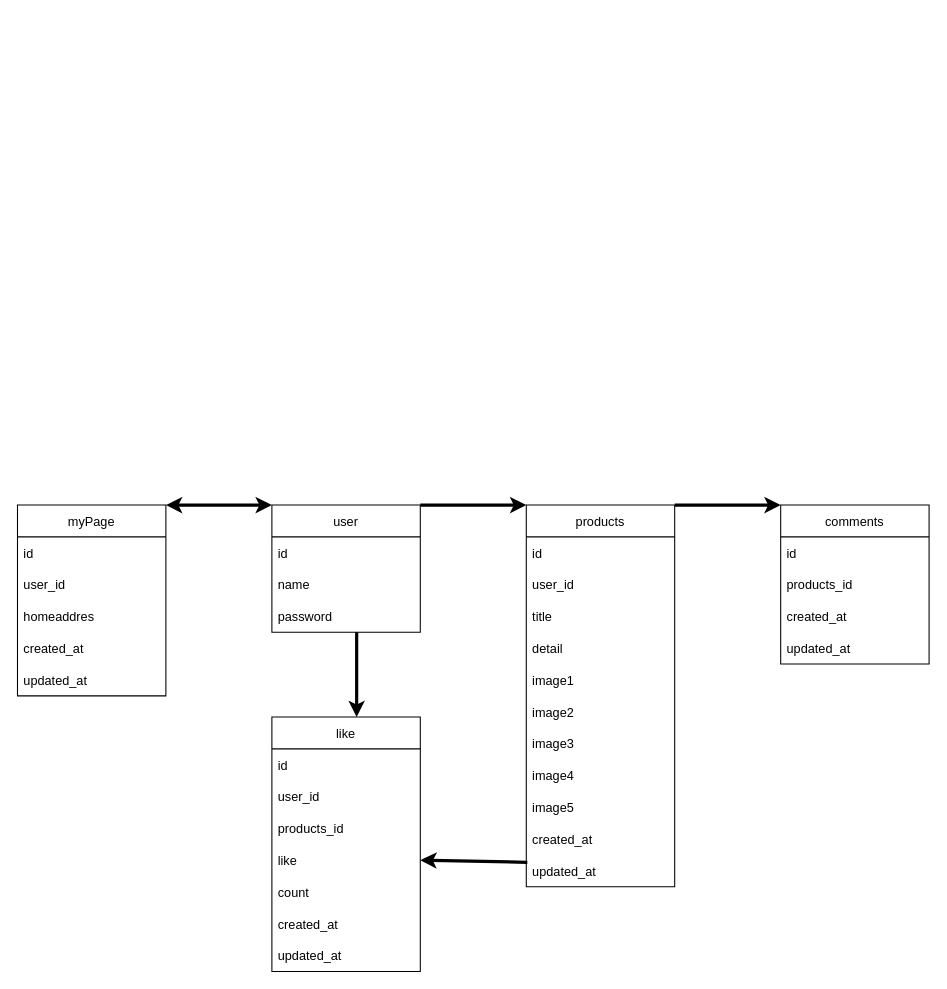
Above: DB_Design.dio in Arare0825/Handmade (draw.io), before the change. Source tidied: cells renumbered, new cells numbered last; positions are measured from the earlier drawing's top-left corner, leaving out a move shared by most shapes. Both pictures are drawn from the tidied source at 106%, with x=0, y=0 at pixel (17, 505).
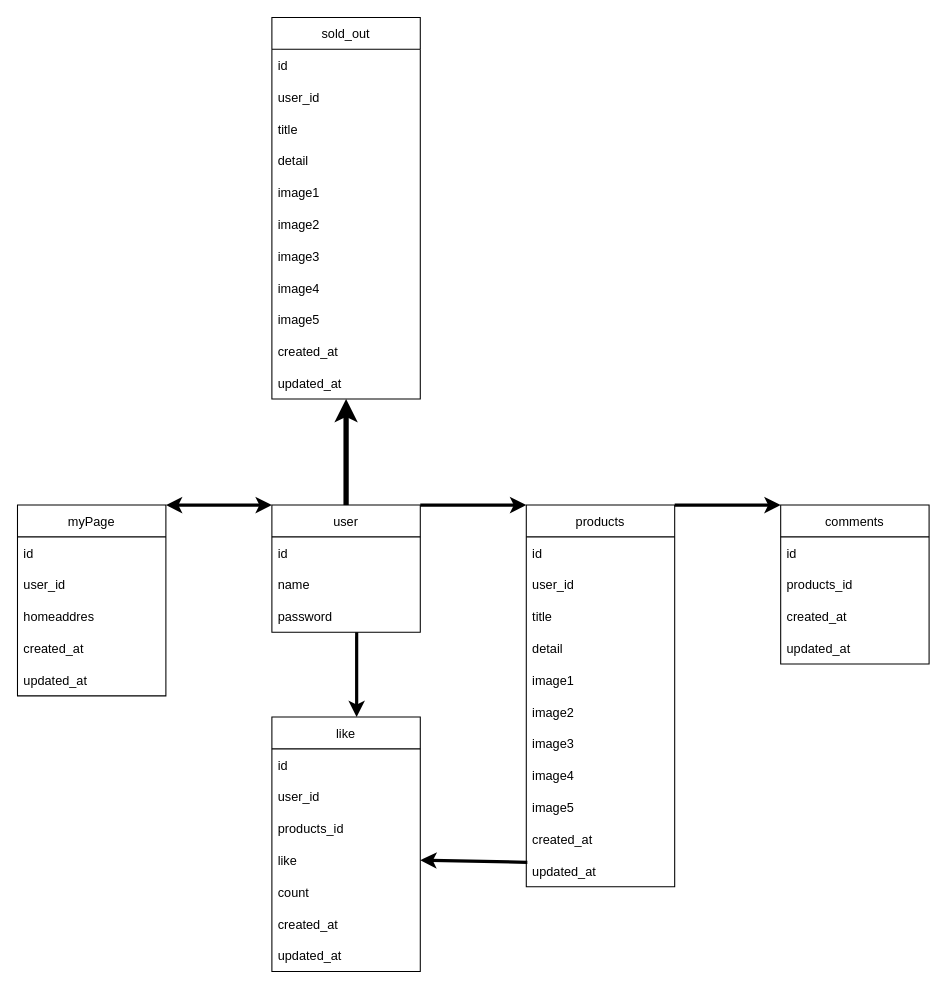
After the change.

The edit, as a diff of the source:
```diff
@@
+    <mxCell id="42" value="sold_out" style="swimlane;fontStyle=0;horizontal=1;startSize=30;" parent="1" vertex="1">
+      <mxGeometry x="240" y="-460" width="140" height="360" as="geometry" />
+    </mxCell>
+    <mxCell id="43" value="id" style="text;strokeColor=none;fillColor=none;align=left;verticalAlign=middle;spacingLeft=4;spacingRight=4;overflow=hidden;" parent="42" vertex="1">
+      <mxGeometry y="30" width="140" height="30" as="geometry" />
+    </mxCell>
+    <mxCell id="44" value="user_id" style="text;strokeColor=none;fillColor=none;align=left;verticalAlign=middle;spacingLeft=4;spacingRight=4;overflow=hidden;" parent="42" vertex="1">
+      <mxGeometry y="60" width="140" height="30" as="geometry" />
+    </mxCell>
+    <mxCell id="45" value="title" style="text;strokeColor=none;fillColor=none;align=left;verticalAlign=middle;spacingLeft=4;spacingRight=4;overflow=hidden;" parent="42" vertex="1">
+      <mxGeometry y="90" width="140" height="30" as="geometry" />
+    </mxCell>
+    <mxCell id="46" value="detail" style="text;strokeColor=none;fillColor=none;align=left;verticalAlign=middle;spacingLeft=4;spacingRight=4;overflow=hidden;" parent="42" vertex="1">
+      <mxGeometry y="120" width="140" height="30" as="geometry" />
+    </mxCell>
+    <mxCell id="47" value="image1" style="text;strokeColor=none;fillColor=none;align=left;verticalAlign=middle;spacingLeft=4;spacingRight=4;overflow=hidden;" parent="42" vertex="1">
+      <mxGeometry y="150" width="140" height="30" as="geometry" />
+    </mxCell>
+    <mxCell id="48" value="image2" style="text;strokeColor=none;fillColor=none;align=left;verticalAlign=middle;spacingLeft=4;spacingRight=4;overflow=hidden;" parent="42" vertex="1">
+      <mxGeometry y="180" width="140" height="30" as="geometry" />
+    </mxCell>
+    <mxCell id="49" value="image3" style="text;strokeColor=none;fillColor=none;align=left;verticalAlign=middle;spacingLeft=4;spacingRight=4;overflow=hidden;" parent="42" vertex="1">
+      <mxGeometry y="210" width="140" height="30" as="geometry" />
+    </mxCell>
+    <mxCell id="50" value="image4" style="text;strokeColor=none;fillColor=none;align=left;verticalAlign=middle;spacingLeft=4;spacingRight=4;overflow=hidden;" parent="42" vertex="1">
+      <mxGeometry y="240" width="140" height="30" as="geometry" />
+    </mxCell>
+    <mxCell id="51" value="image5" style="text;strokeColor=none;fillColor=none;align=left;verticalAlign=middle;spacingLeft=4;spacingRight=4;overflow=hidden;" parent="42" vertex="1">
+      <mxGeometry y="270" width="140" height="30" as="geometry" />
+    </mxCell>
+    <mxCell id="52" value="created_at" style="text;strokeColor=none;fillColor=none;align=left;verticalAlign=middle;spacingLeft=4;spacingRight=4;overflow=hidden;" parent="42" vertex="1">
+      <mxGeometry y="300" width="140" height="30" as="geometry" />
+    </mxCell>
+    <mxCell id="53" value="updated_at" style="text;strokeColor=none;fillColor=none;align=left;verticalAlign=middle;spacingLeft=4;spacingRight=4;overflow=hidden;points=[[0,0.5],[1,0.5]];portConstraint=eastwest;" parent="42" vertex="1">
+      <mxGeometry y="330" width="140" height="30" as="geometry" />
+    </mxCell>
+    <mxCell id="54" style="endArrow=classic;html=1;strokeWidth=5;" parent="1" edge="1" target="53">
+      <mxGeometry relative="1" as="geometry">
+        <mxPoint x="310" as="sourcePoint" />
+      </mxGeometry>
+    </mxCell>
```
